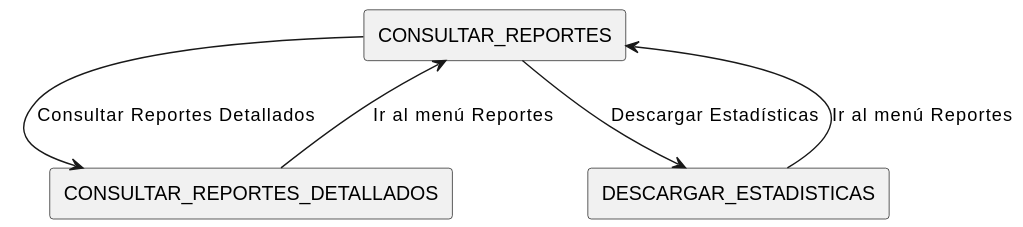
Before: Documentos/Imagenes/DiagramasContexto/DiagramasDeContextoAdministrador/DiagramaDeContextoConsultarReportesAdministrador.svg, a diagram exported from PlantUML (mmasias/24-25-IdSw1-SDR). The source it was exported from:
```plantuml
@startuml
!define RECTANGLE(x) rectangle x

RECTANGLE(CONSULTAR_REPORTES)

RECTANGLE(CONSULTAR_REPORTES_DETALLADOS)
RECTANGLE(DESCARGAR_ESTADISTICAS)

CONSULTAR_REPORTES --> CONSULTAR_REPORTES_DETALLADOS : Consultar Reportes Detallados
CONSULTAR_REPORTES_DETALLADOS --> CONSULTAR_REPORTES : Ir al menú Reportes

CONSULTAR_REPORTES --> DESCARGAR_ESTADISTICAS : Descargar Estadísticas
DESCARGAR_ESTADISTICAS --> CONSULTAR_REPORTES : Ir al menú Reportes
@enduml
```
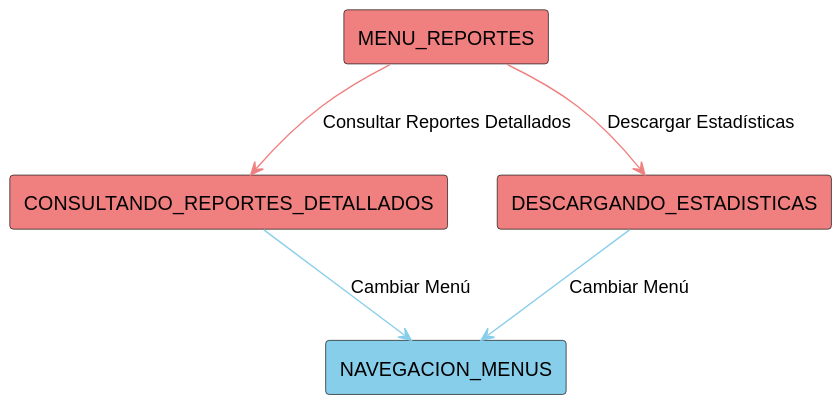
Above is the later version.

What changed in the source:
```diff
@@ -1,14 +1,16 @@
 @startuml
 !define RECTANGLE(x) rectangle x
 
-RECTANGLE(CONSULTAR_REPORTES)
+RECTANGLE(MENU_REPORTES) #LightCoral
+RECTANGLE(NAVEGACION_MENUS) #SkyBlue
 
-RECTANGLE(CONSULTAR_REPORTES_DETALLADOS)
-RECTANGLE(DESCARGAR_ESTADISTICAS)
 
-CONSULTAR_REPORTES --> CONSULTAR_REPORTES_DETALLADOS : Consultar Reportes Detallados
-CONSULTAR_REPORTES_DETALLADOS --> CONSULTAR_REPORTES : Ir al menú Reportes
+RECTANGLE(CONSULTANDO_REPORTES_DETALLADOS) #LightCoral
+RECTANGLE(DESCARGANDO_ESTADISTICAS) #LightCoral
 
-CONSULTAR_REPORTES --> DESCARGAR_ESTADISTICAS : Descargar Estadísticas
-DESCARGAR_ESTADISTICAS --> CONSULTAR_REPORTES : Ir al menú Reportes
+MENU_REPORTES -[#LightCoral]-> CONSULTANDO_REPORTES_DETALLADOS : Consultar Reportes Detallados
+CONSULTANDO_REPORTES_DETALLADOS -[#SkyBlue]-> NAVEGACION_MENUS :  Cambiar Menú
+
+MENU_REPORTES -[#LightCoral]-> DESCARGANDO_ESTADISTICAS : Descargar Estadísticas
+DESCARGANDO_ESTADISTICAS -[#SkyBlue]-> NAVEGACION_MENUS : Cambiar Menú
 @enduml
```
